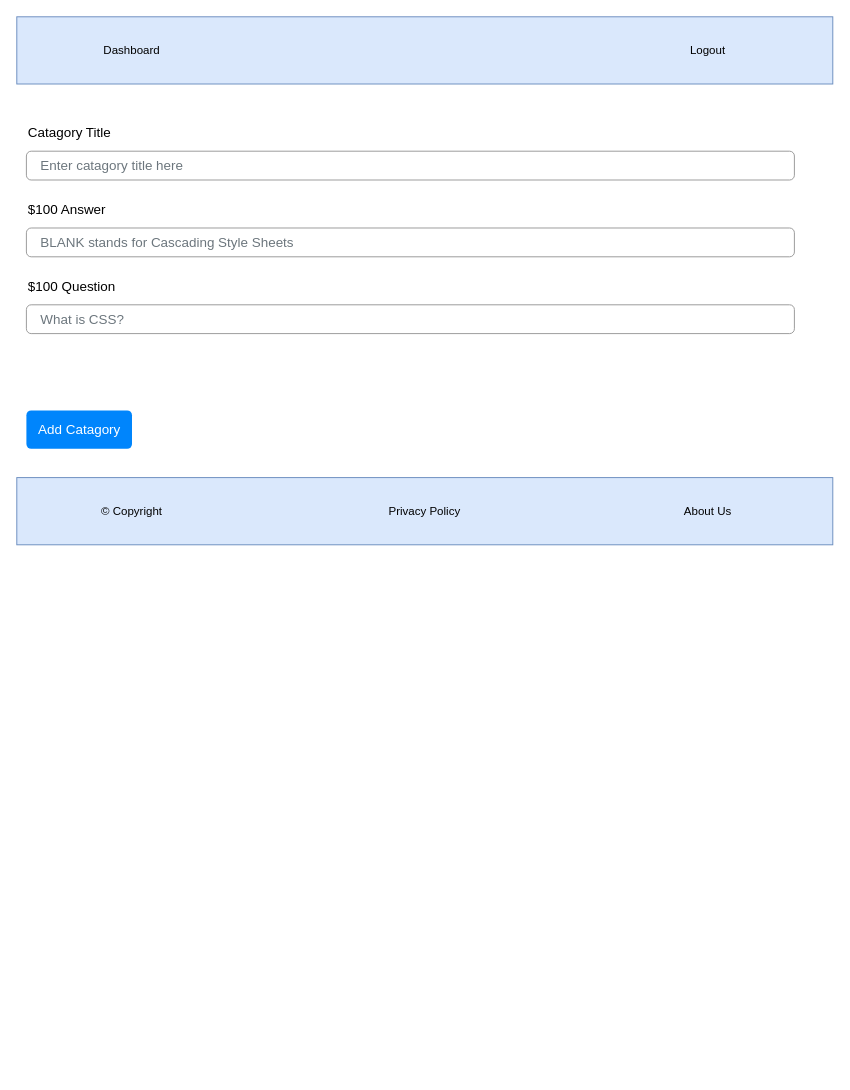
DezSays/Jeopardy keeps this draw.io diagram as jeopardy/public/mockups/CreateCatagory.drawio. Above is the earlier version. Source tidied: cells renumbered, new cells numbered last; positions are measured from the earlier drawing's top-left corner, leaving out a move shared by most shapes. Both pictures are drawn from the tidied source at 96%, with x=0, y=0 at pixel (16, 16).
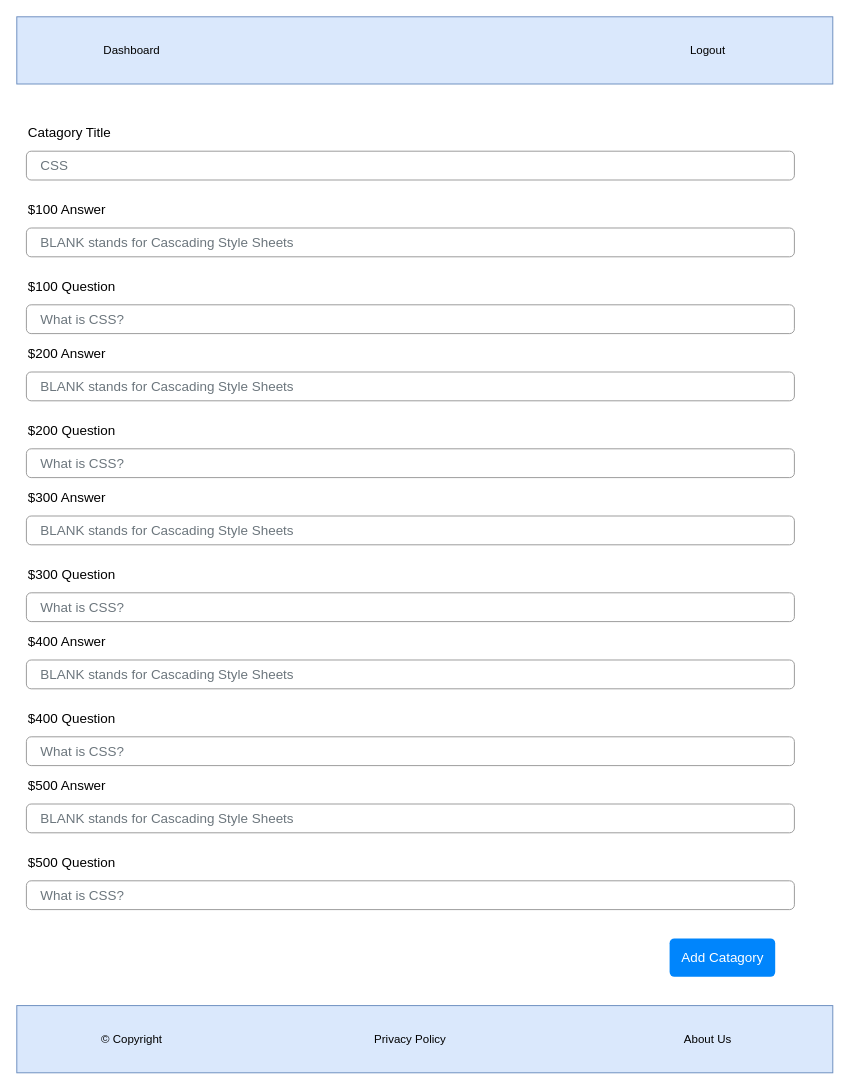
The same page after the edit.

Commit message:
JEOP-42 create catagory component mock up

Change to the diagram source:
```diff
@@
     <mxCell id="5" style="rounded=0;whiteSpace=wrap;html=1;fillColor=#dae8fc;strokeColor=#6c8ebf;" parent="1" vertex="1">
-      <mxGeometry y="480" width="850" height="70" as="geometry" />
+      <mxGeometry y="1030" width="850" height="70" as="geometry" />
     </mxCell>
     <mxCell id="6" value="© Copyright" style="text;html=1;strokeColor=none;fillColor=none;align=center;verticalAlign=middle;whiteSpace=wrap;rounded=0;" parent="1" vertex="1">
-      <mxGeometry x="80" y="500" width="80" height="30" as="geometry" />
+      <mxGeometry x="80" y="1050" width="80" height="30" as="geometry" />
     </mxCell>
     <mxCell id="7" value="Privacy Policy" style="text;html=1;strokeColor=none;fillColor=none;align=center;verticalAlign=middle;whiteSpace=wrap;rounded=0;" parent="1" vertex="1">
-      <mxGeometry x="385" y="500" width="80" height="30" as="geometry" />
+      <mxGeometry x="370" y="1050" width="80" height="30" as="geometry" />
     </mxCell>
     <mxCell id="8" value="About Us" style="text;html=1;strokeColor=none;fillColor=none;align=center;verticalAlign=middle;whiteSpace=wrap;rounded=0;" parent="1" vertex="1">
-      <mxGeometry x="680" y="500" width="80" height="30" as="geometry" />
+      <mxGeometry x="680" y="1050" width="80" height="30" as="geometry" />
     </mxCell>
@@
-    <mxCell id="10" value="Enter catagory title here" style="html=1;shadow=0;dashed=0;shape=mxgraph.bootstrap.rrect;rSize=5;fillColor=none;strokeColor=#999999;align=left;spacing=15;fontSize=14;fontColor=#6C767D;" parent="1" vertex="1">
+    <mxCell id="10" value="CSS" style="html=1;shadow=0;dashed=0;shape=mxgraph.bootstrap.rrect;rSize=5;fillColor=none;strokeColor=#999999;align=left;spacing=15;fontSize=14;fontColor=#6C767D;" parent="1" vertex="1">
       <mxGeometry width="800" height="30" relative="1" as="geometry">
         <mxPoint x="10" y="140" as="offset" />
       </mxGeometry>
     </mxCell>
@@
     <mxCell id="13" value="Add Catagory" style="html=1;shadow=0;dashed=0;shape=mxgraph.bootstrap.rrect;rSize=5;fillColor=#0085FC;strokeColor=none;align=center;fontSize=14;fontColor=#FFFFFF;" parent="1" vertex="1">
       <mxGeometry width="110" height="40" relative="1" as="geometry">
-        <mxPoint x="10" y="410" as="offset" />
+        <mxPoint x="680" y="960" as="offset" />
       </mxGeometry>
     </mxCell>
@@
+    <mxCell id="16" value="$200 Answer" style="fillColor=none;strokeColor=none;align=left;fontSize=14;" parent="1" vertex="1">
+      <mxGeometry x="10" y="330" width="260" height="40" as="geometry" />
+    </mxCell>
+    <mxCell id="17" value="BLANK stands for Cascading Style Sheets" style="html=1;shadow=0;dashed=0;shape=mxgraph.bootstrap.rrect;rSize=5;fillColor=none;strokeColor=#999999;align=left;spacing=15;fontSize=14;fontColor=#6C767D;" parent="1" vertex="1">
+      <mxGeometry x="10" y="370" width="800" height="30" as="geometry" />
+    </mxCell>
+    <mxCell id="18" value="$200 Question" style="fillColor=none;strokeColor=none;align=left;fontSize=14;" parent="1" vertex="1">
+      <mxGeometry x="10" y="410" width="260" height="40" as="geometry" />
+    </mxCell>
+    <mxCell id="19" value="What is CSS?" style="html=1;shadow=0;dashed=0;shape=mxgraph.bootstrap.rrect;rSize=5;fillColor=none;strokeColor=#999999;align=left;spacing=15;fontSize=14;fontColor=#6C767D;" parent="1" vertex="1">
+      <mxGeometry x="10" y="450" width="800" height="30" as="geometry" />
+    </mxCell>
+    <mxCell id="20" value="$300 Answer" style="fillColor=none;strokeColor=none;align=left;fontSize=14;" parent="1" vertex="1">
+      <mxGeometry x="10" y="480" width="260" height="40" as="geometry" />
+    </mxCell>
+    <mxCell id="21" value="BLANK stands for Cascading Style Sheets" style="html=1;shadow=0;dashed=0;shape=mxgraph.bootstrap.rrect;rSize=5;fillColor=none;strokeColor=#999999;align=left;spacing=15;fontSize=14;fontColor=#6C767D;" parent="1" vertex="1">
+      <mxGeometry x="10" y="520" width="800" height="30" as="geometry" />
+    </mxCell>
+    <mxCell id="22" value="$300 Question" style="fillColor=none;strokeColor=none;align=left;fontSize=14;" parent="1" vertex="1">
+      <mxGeometry x="10" y="560" width="260" height="40" as="geometry" />
+    </mxCell>
+    <mxCell id="23" value="What is CSS?" style="html=1;shadow=0;dashed=0;shape=mxgraph.bootstrap.rrect;rSize=5;fillColor=none;strokeColor=#999999;align=left;spacing=15;fontSize=14;fontColor=#6C767D;" parent="1" vertex="1">
+      <mxGeometry x="10" y="600" width="800" height="30" as="geometry" />
+    </mxCell>
+    <mxCell id="24" value="$400 Answer" style="fillColor=none;strokeColor=none;align=left;fontSize=14;" parent="1" vertex="1">
+      <mxGeometry x="10" y="630" width="260" height="40" as="geometry" />
+    </mxCell>
+    <mxCell id="25" value="BLANK stands for Cascading Style Sheets" style="html=1;shadow=0;dashed=0;shape=mxgraph.bootstrap.rrect;rSize=5;fillColor=none;strokeColor=#999999;align=left;spacing=15;fontSize=14;fontColor=#6C767D;" parent="1" vertex="1">
+      <mxGeometry x="10" y="670" width="800" height="30" as="geometry" />
+    </mxCell>
+    <mxCell id="26" value="$400 Question" style="fillColor=none;strokeColor=none;align=left;fontSize=14;" parent="1" vertex="1">
+      <mxGeometry x="10" y="710" width="260" height="40" as="geometry" />
+    </mxCell>
+    <mxCell id="27" value="What is CSS?" style="html=1;shadow=0;dashed=0;shape=mxgraph.bootstrap.rrect;rSize=5;fillColor=none;strokeColor=#999999;align=left;spacing=15;fontSize=14;fontColor=#6C767D;" parent="1" vertex="1">
+      <mxGeometry x="10" y="750" width="800" height="30" as="geometry" />
+    </mxCell>
+    <mxCell id="28" value="$500 Answer" style="fillColor=none;strokeColor=none;align=left;fontSize=14;" parent="1" vertex="1">
+      <mxGeometry x="10" y="780" width="260" height="40" as="geometry" />
+    </mxCell>
+    <mxCell id="29" value="BLANK stands for Cascading Style Sheets" style="html=1;shadow=0;dashed=0;shape=mxgraph.bootstrap.rrect;rSize=5;fillColor=none;strokeColor=#999999;align=left;spacing=15;fontSize=14;fontColor=#6C767D;" parent="1" vertex="1">
+      <mxGeometry x="10" y="820" width="800" height="30" as="geometry" />
+    </mxCell>
+    <mxCell id="30" value="$500 Question" style="fillColor=none;strokeColor=none;align=left;fontSize=14;" parent="1" vertex="1">
+      <mxGeometry x="10" y="860" width="260" height="40" as="geometry" />
+    </mxCell>
+    <mxCell id="31" value="What is CSS?" style="html=1;shadow=0;dashed=0;shape=mxgraph.bootstrap.rrect;rSize=5;fillColor=none;strokeColor=#999999;align=left;spacing=15;fontSize=14;fontColor=#6C767D;" parent="1" vertex="1">
+      <mxGeometry x="10" y="900" width="800" height="30" as="geometry" />
+    </mxCell>
```
